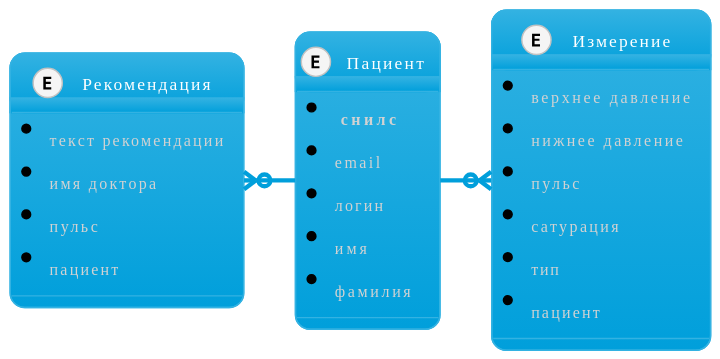
KochankovID/hacatone_miac keeps this PlantUML diagram as visual/erm.svg. Above is the earlier version. Its diagram source:
```plantuml
@startuml
!theme bluegray
skinparam backgroundColor #

skinparam svgLinkTarget _parent

entity "Пациент" as user {
    * ** снилс **
    * email
    * логин
    * имя
    * фамилия
}

entity "Измерение" as measurement {
    * верхнее давление
    * нижнее давление
    * пульс
    * сатурация
    * тип
    * пациент
}

entity "Рекомендация" as recomendation {
    * текст рекомендации
    * имя доктора
    * пульс
    * пациент
}

measurement }o-left- user
recomendation }o-right- user
@enduml
```
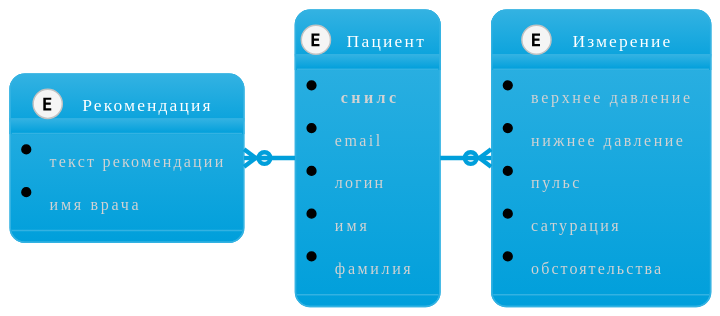
Later version of the same file.

Change to the diagram source:
```diff
@@ -17,15 +17,12 @@
     * нижнее давление
     * пульс
     * сатурация
-    * тип
-    * пациент
+    * обстоятельства
 }
 
 entity "Рекомендация" as recomendation {
     * текст рекомендации
-    * имя доктора
-    * пульс
-    * пациент
+    * имя врача
 }
 
 measurement }o-left- user
```
